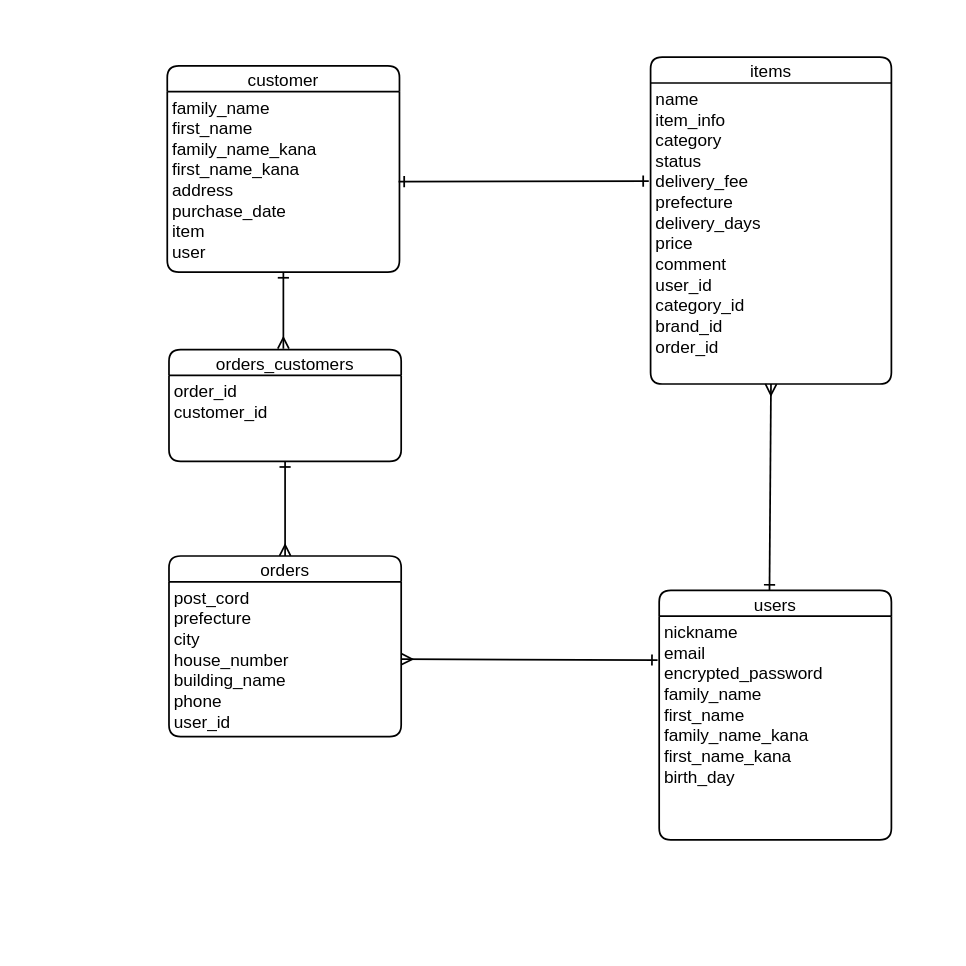
The draw.io diagram furima.dio in chiharukakimoto/furima-36185, before the edit. Source tidied: cells renumbered, new cells numbered last; positions are measured from the earlier drawing's top-left corner, leaving out a move shared by most shapes. Both pictures are drawn from the tidied source at 86%, with x=0, y=0 at pixel (167, 57).
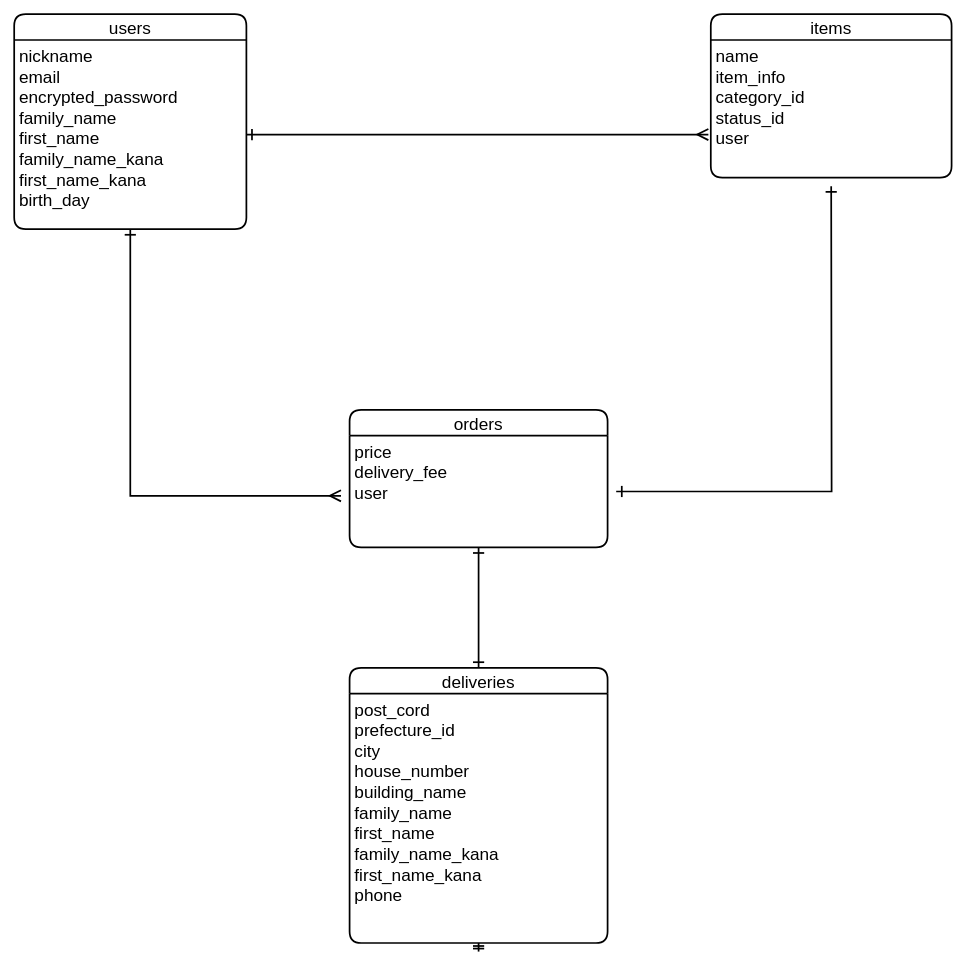
The same page after the edit.

What changed in the source:
```diff
@@
 <mxGraphModel>
   <root>
     <mxCell id="0" />
     <mxCell id="1" parent="0" />
-    <mxCell id="2" style="edgeStyle=none;rounded=0;jettySize=auto;html=1;exitX=0.475;exitY=0;exitDx=0;exitDy=0;entryX=0.5;entryY=1;entryDx=0;entryDy=0;fontSize=20;startArrow=ERone;startFill=0;endArrow=ERmany;endFill=0;startSize=10;endSize=10;strokeWidth=2;exitPerimeter=0;targetPerimeterSpacing=10;sourcePerimeterSpacing=10;" parent="1" edge="1" source="3" target="6">
-      <mxGeometry relative="1" as="geometry" />
-    </mxCell>
     <mxCell id="3" value="users" style="swimlane;horizontal=1;startSize=30;rounded=1;fontSize=20;fontStyle=0;strokeWidth=2;shadow=0;dashed=0;align=center;" parent="1" vertex="1">
-      <mxGeometry x="572" y="620" width="270" height="290" as="geometry" />
+      <mxGeometry x="-178" y="-50" width="270" height="250" as="geometry" />
     </mxCell>
     <mxCell id="4" value="nickname&#10;email&#10;encrypted_password&#10;family_name&#10;first_name&#10;family_name_kana&#10;first_name_kana&#10;birth_day" style="align=left;strokeColor=none;fillColor=none;spacingLeft=4;fontSize=20;verticalAlign=top;" parent="3" vertex="1">
-      <mxGeometry y="30" width="270" height="260" as="geometry" />
+      <mxGeometry y="30" width="270" height="220" as="geometry" />
     </mxCell>
     <mxCell id="5" value="items" style="swimlane;horizontal=1;startSize=30;rounded=1;fontSize=20;fontStyle=0;strokeWidth=2;shadow=0;dashed=0;align=center;" parent="1" vertex="1">
-      <mxGeometry x="562" width="280" height="380" as="geometry" />
+      <mxGeometry x="632" y="-50" width="280" height="190" as="geometry" />
     </mxCell>
-    <mxCell id="6" value="name&#10;item_info&#10;category&#10;status&#10;delivery_fee&#10;prefecture&#10;delivery_days&#10;price&#10;comment&#10;user_id&#10;category_id&#10;brand_id&#10;order_id" style="align=left;strokeColor=none;fillColor=none;spacingLeft=4;fontSize=20;verticalAlign=top;" parent="5" vertex="1">
-      <mxGeometry y="30" width="280" height="350" as="geometry" />
+    <mxCell id="6" value="name&#10;item_info&#10;category_id&#10;status_id&#10;user" style="align=left;strokeColor=none;fillColor=none;spacingLeft=4;fontSize=20;verticalAlign=top;" parent="5" vertex="1">
+      <mxGeometry y="30" width="280" height="160" as="geometry" />
     </mxCell>
-    <mxCell id="7" style="edgeStyle=none;rounded=0;jettySize=auto;html=1;entryX=0.5;entryY=1;entryDx=0;entryDy=0;fontSize=20;startArrow=ERmany;startFill=0;endArrow=ERone;endFill=0;startSize=10;endSize=10;strokeWidth=2;targetPerimeterSpacing=10;sourcePerimeterSpacing=10;exitX=0.5;exitY=0;exitDx=0;exitDy=0;" parent="1" edge="1" source="8" target="14">
-      <mxGeometry relative="1" as="geometry" />
-    </mxCell>
+    <mxCell id="17" value="deliveries" style="swimlane;horizontal=1;startSize=30;rounded=1;fontSize=20;fontStyle=0;strokeWidth=2;shadow=0;dashed=0;align=center;" parent="1" vertex="1">
+      <mxGeometry x="212" y="710" width="300" height="320" as="geometry" />
+    </mxCell>
+    <mxCell id="18" value="post_cord&#10;prefecture_id&#10;city&#10;house_number&#10;building_name&#10;family_name&#10;first_name&#10;family_name_kana&#10;first_name_kana&#10;phone&#10;" style="align=left;strokeColor=none;fillColor=none;spacingLeft=4;fontSize=20;verticalAlign=top;" parent="17" vertex="1">
+      <mxGeometry y="30" width="300" height="290" as="geometry" />
+    </mxCell>
+    <mxCell id="19" style="edgeStyle=none;rounded=0;orthogonalLoop=1;jettySize=auto;html=1;exitX=0.5;exitY=1;exitDx=0;exitDy=0;fontSize=20;startArrow=ERone;startFill=0;endArrow=ERone;endFill=0;startSize=10;endSize=10;sourcePerimeterSpacing=10;targetPerimeterSpacing=10;strokeWidth=2;" parent="17" edge="1" source="18" target="18">
+      <mxGeometry relative="1" as="geometry" />
+    </mxCell>
     <mxCell id="8" value="orders" style="swimlane;horizontal=1;startSize=30;rounded=1;fontSize=20;fontStyle=0;strokeWidth=2;shadow=0;dashed=0;align=center;" parent="1" vertex="1">
-      <mxGeometry x="2" y="580" width="270" height="210" as="geometry" />
+      <mxGeometry x="212" y="410" width="300" height="160" as="geometry" />
     </mxCell>
-    <mxCell id="9" value="post_cord&#10;prefecture&#10;city&#10;house_number&#10;building_name&#10;phone&#10;user_id" style="align=left;strokeColor=none;fillColor=none;spacingLeft=4;fontSize=20;verticalAlign=top;" parent="8" vertex="1">
-      <mxGeometry y="30" width="270" height="180" as="geometry" />
-    </mxCell>
-    <mxCell id="10" value="customer" style="swimlane;horizontal=1;startSize=30;rounded=1;fontSize=20;fontStyle=0;strokeWidth=2;shadow=0;dashed=0;align=center;" parent="1" vertex="1">
-      <mxGeometry y="10" width="270" height="240" as="geometry" />
-    </mxCell>
-    <mxCell id="11" value="family_name&#10;first_name&#10;family_name_kana&#10;first_name_kana&#10;address&#10;purchase_date&#10;item&#10;user" style="align=left;strokeColor=none;fillColor=none;spacingLeft=4;fontSize=20;verticalAlign=top;" parent="10" vertex="1">
-      <mxGeometry y="30" width="270" height="210" as="geometry" />
-    </mxCell>
-    <mxCell id="12" style="edgeStyle=none;rounded=0;jettySize=auto;html=1;entryX=0.5;entryY=1;entryDx=0;entryDy=0;fontSize=20;startArrow=ERmany;startFill=0;endArrow=ERone;endFill=0;startSize=10;endSize=10;strokeWidth=2;targetPerimeterSpacing=10;sourcePerimeterSpacing=10;" parent="1" edge="1" target="11">
-      <mxGeometry relative="1" as="geometry">
-        <mxPoint x="135" y="339" as="sourcePoint" />
-      </mxGeometry>
-    </mxCell>
-    <mxCell id="13" value="orders_customers" style="swimlane;horizontal=1;startSize=30;rounded=1;fontSize=20;fontStyle=0;strokeWidth=2;shadow=0;dashed=0;align=center;" parent="1" vertex="1">
-      <mxGeometry x="2" y="340" width="270" height="130" as="geometry" />
-    </mxCell>
-    <mxCell id="14" value="order_id&#10;customer_id" style="align=left;strokeColor=none;fillColor=none;spacingLeft=4;fontSize=20;verticalAlign=top;" parent="13" vertex="1">
-      <mxGeometry y="30" width="270" height="100" as="geometry" />
-    </mxCell>
-    <mxCell id="15" style="edgeStyle=none;rounded=0;orthogonalLoop=1;jettySize=auto;html=1;entryX=-0.004;entryY=0.326;entryDx=0;entryDy=0;entryPerimeter=0;fontSize=20;startArrow=ERone;startFill=0;endArrow=ERone;endFill=0;startSize=10;endSize=10;strokeWidth=2;targetPerimeterSpacing=10;sourcePerimeterSpacing=10;" parent="1" edge="1">
-      <mxGeometry relative="1" as="geometry">
-        <mxPoint x="269" y="144.7" as="sourcePoint" />
-        <mxPoint x="559.9" y="144.1" as="targetPoint" />
-      </mxGeometry>
-    </mxCell>
-    <mxCell id="16" style="edgeStyle=none;rounded=0;jettySize=auto;html=1;entryX=-0.007;entryY=0.196;entryDx=0;entryDy=0;entryPerimeter=0;fontSize=20;startArrow=ERmany;startFill=0;endArrow=ERone;endFill=0;startSize=10;endSize=10;strokeWidth=2;targetPerimeterSpacing=10;sourcePerimeterSpacing=10;exitX=1;exitY=0.5;exitDx=0;exitDy=0;" parent="1" edge="1" source="9" target="4">
-      <mxGeometry relative="1" as="geometry" />
-    </mxCell>
+    <mxCell id="20" value="price&#10;delivery_fee&#10;user" style="align=left;strokeColor=none;fillColor=none;spacingLeft=4;fontSize=20;verticalAlign=top;" parent="8" vertex="1">
+      <mxGeometry y="30" width="300" height="130" as="geometry" />
+    </mxCell>
+    <mxCell id="21" style="edgeStyle=orthogonalEdgeStyle;rounded=0;jettySize=auto;html=1;fontSize=20;startArrow=ERmany;startFill=0;endArrow=ERone;endFill=0;startSize=10;endSize=10;sourcePerimeterSpacing=10;targetPerimeterSpacing=10;strokeWidth=2;entryX=0.5;entryY=1;entryDx=0;entryDy=0;" parent="1" edge="1" source="20" target="4">
+      <mxGeometry relative="1" as="geometry">
+        <Array as="points">
+          <mxPoint x="-43" y="510" />
+        </Array>
+      </mxGeometry>
+    </mxCell>
+    <mxCell id="22" style="rounded=0;jettySize=auto;html=1;exitX=1;exitY=0.5;exitDx=0;exitDy=0;entryX=-0.01;entryY=0.687;entryDx=0;entryDy=0;entryPerimeter=0;fontSize=20;startArrow=ERone;startFill=0;endArrow=ERmany;endFill=0;startSize=10;endSize=10;sourcePerimeterSpacing=10;targetPerimeterSpacing=10;strokeWidth=2;" parent="1" edge="1" source="4" target="6">
+      <mxGeometry relative="1" as="geometry" />
+    </mxCell>
+    <mxCell id="23" style="edgeStyle=none;rounded=0;jettySize=auto;html=1;exitX=0.5;exitY=1;exitDx=0;exitDy=0;entryX=0.5;entryY=0;entryDx=0;entryDy=0;fontSize=20;startArrow=ERone;startFill=0;endArrow=ERone;endFill=0;startSize=10;endSize=10;sourcePerimeterSpacing=10;targetPerimeterSpacing=10;strokeWidth=2;" parent="1" edge="1" source="20" target="17">
+      <mxGeometry relative="1" as="geometry" />
+    </mxCell>
+    <mxCell id="24" style="edgeStyle=orthogonalEdgeStyle;rounded=0;jettySize=auto;html=1;fontSize=20;startArrow=ERone;startFill=0;endArrow=ERone;endFill=0;startSize=10;endSize=10;sourcePerimeterSpacing=10;targetPerimeterSpacing=10;strokeWidth=2;" parent="1" edge="1" source="20">
+      <mxGeometry relative="1" as="geometry">
+        <mxPoint x="772" y="150" as="targetPoint" />
+      </mxGeometry>
+    </mxCell>
   </root>
 </mxGraphModel>
```
